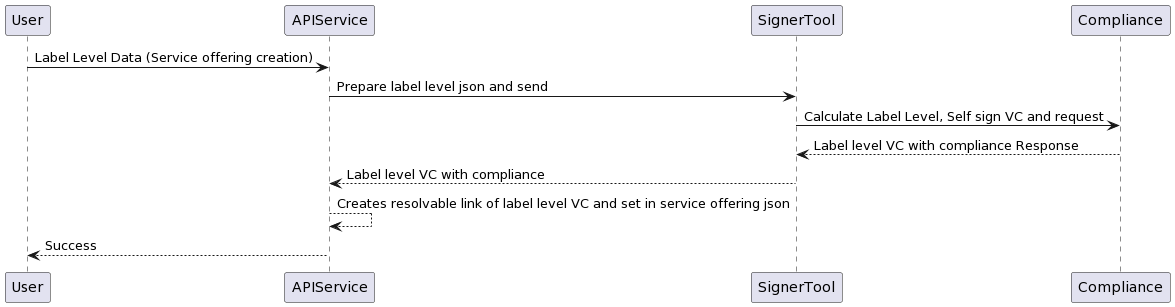
The PlantUML diagram docs/create-label-level.png in smartSenseSolutions/gaia-x-signer-tool, before a commit.
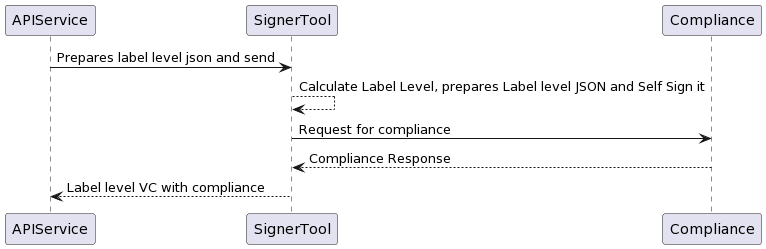
After the commit.

Commit message:
fix: sequence daiagram updated

Diff of the diagram source:
```diff
@@ -1,10 +1,8 @@
 @startuml
-User -> APIService: Label Level Data (Service offering creation)
-APIService -> SignerTool: Prepare label level json and send
-SignerTool -> Compliance: Calculate Label Level, Self sign VC and request
+APIService -> SignerTool: Prepares label level json and send
+SignerTool --> SignerTool: Calculate Label Level, prepares Label level JSON and Self Sign it
+SignerTool -> Compliance: Request for compliance
 
-Compliance --> SignerTool: Label level VC with compliance Response
+Compliance --> SignerTool: Compliance Response
 SignerTool --> APIService: Label level VC with compliance
-APIService --> APIService: Creates resolvable link of label level VC and set in service offering json
-APIService --> User: Success
 @enduml
```
